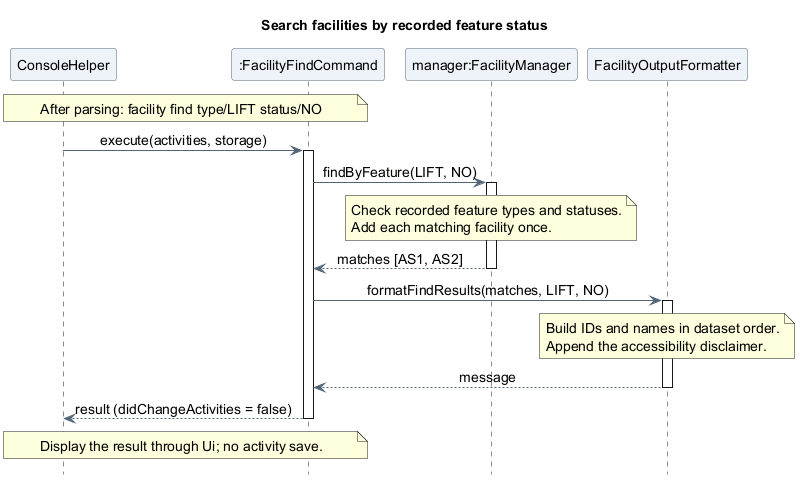
Earlier version of the PlantUML export docs/images/luke/sequence/FacilityLookupSequence.png (AY2627S1-CS2113-T10-4/tp).
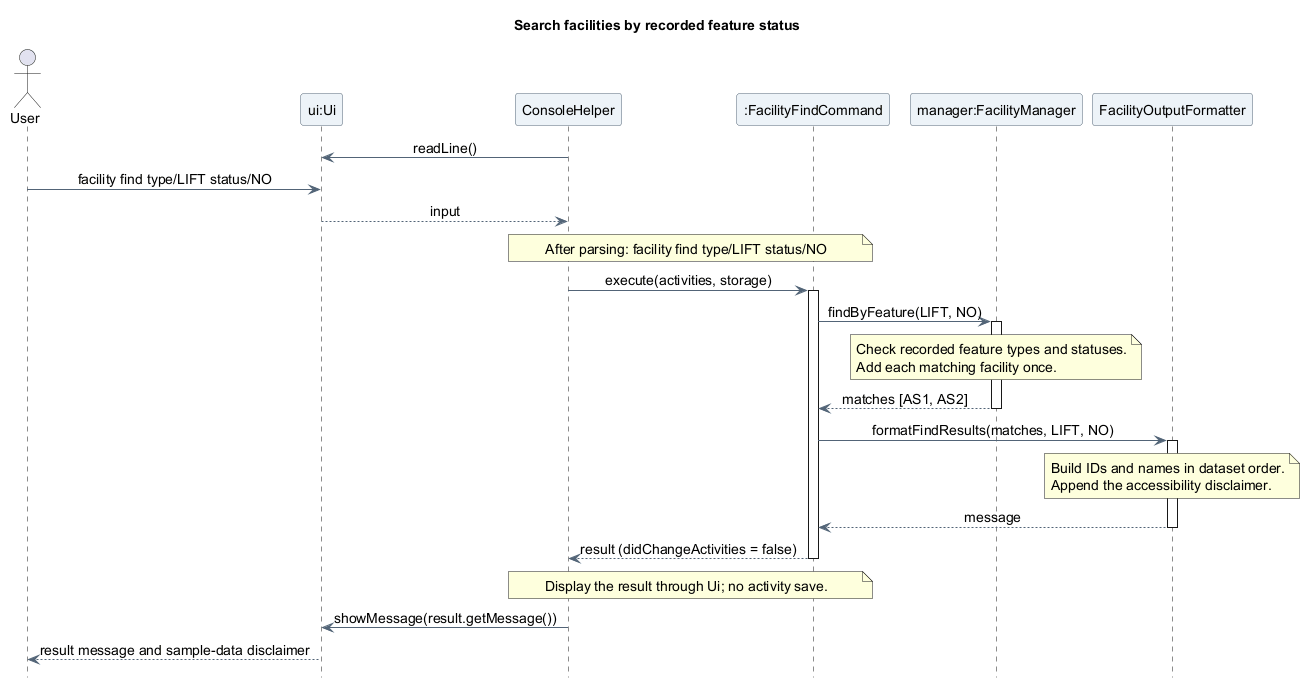
The same diagram one commit later.

Diff of the diagram source:
```diff
@@ -10,10 +10,16 @@
 skinparam sequenceMessageAlign center
 hide footbox
 
+actor "User" as User
+participant "ui:Ui" as UI
 participant "ConsoleHelper" as Console
 participant ":FacilityFindCommand" as Find
 participant "manager:FacilityManager" as Manager
 participant "FacilityOutputFormatter" as Formatter
+
+Console -> UI : readLine()
+User -> UI : facility find type/LIFT status/NO
+UI --> Console : input
 
 note over Console, Find
   After parsing: facility find type/LIFT status/NO
@@ -41,4 +47,6 @@
 note over Console, Find
   Display the result through Ui; no activity save.
 end note
+Console -> UI : showMessage(result.getMessage())
+UI --> User : result message and sample-data disclaimer
 @enduml
```
